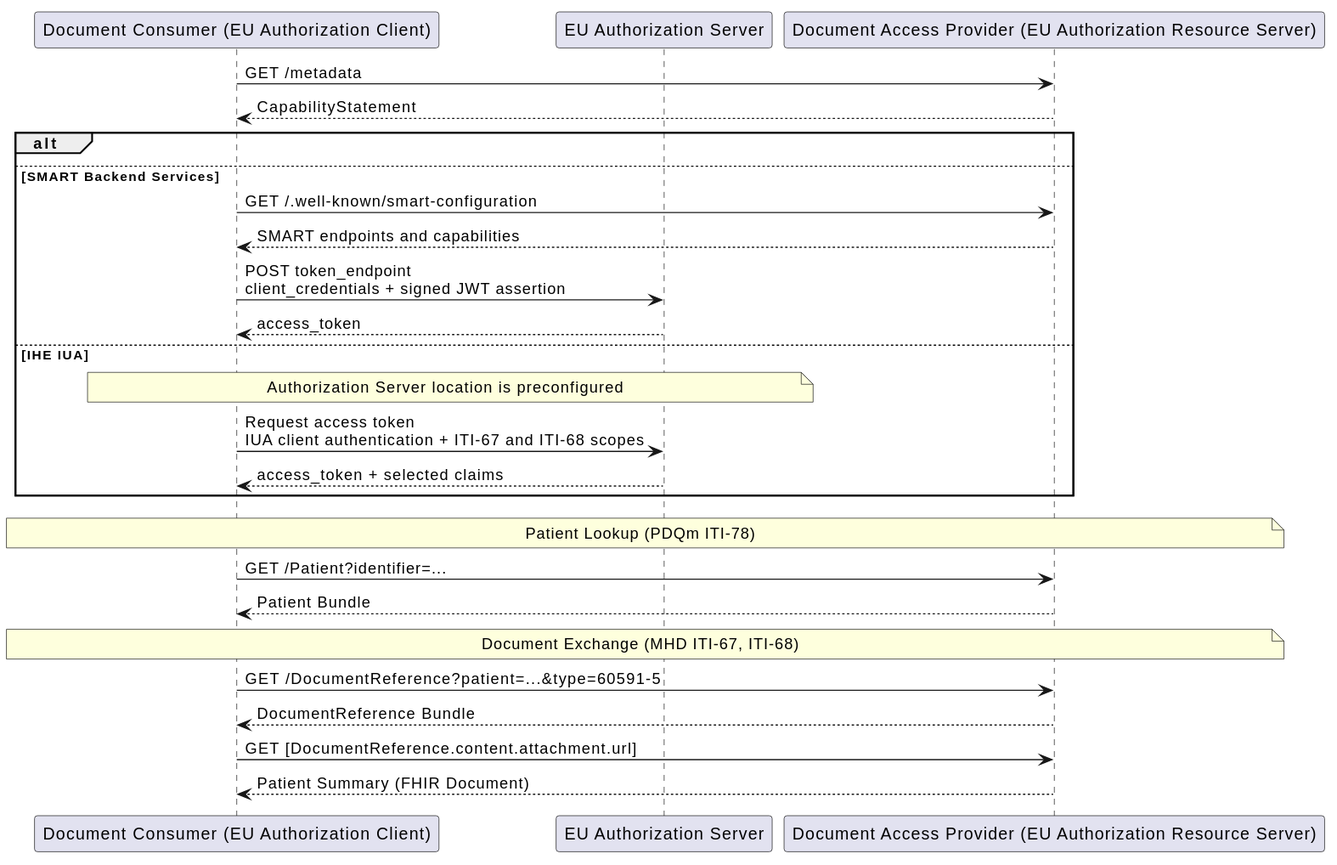
This is input/includes/patient-summary-auth-sequence.svg from euridice-org/eu-health-data-api, a PlantUML export, as it was before one commit.
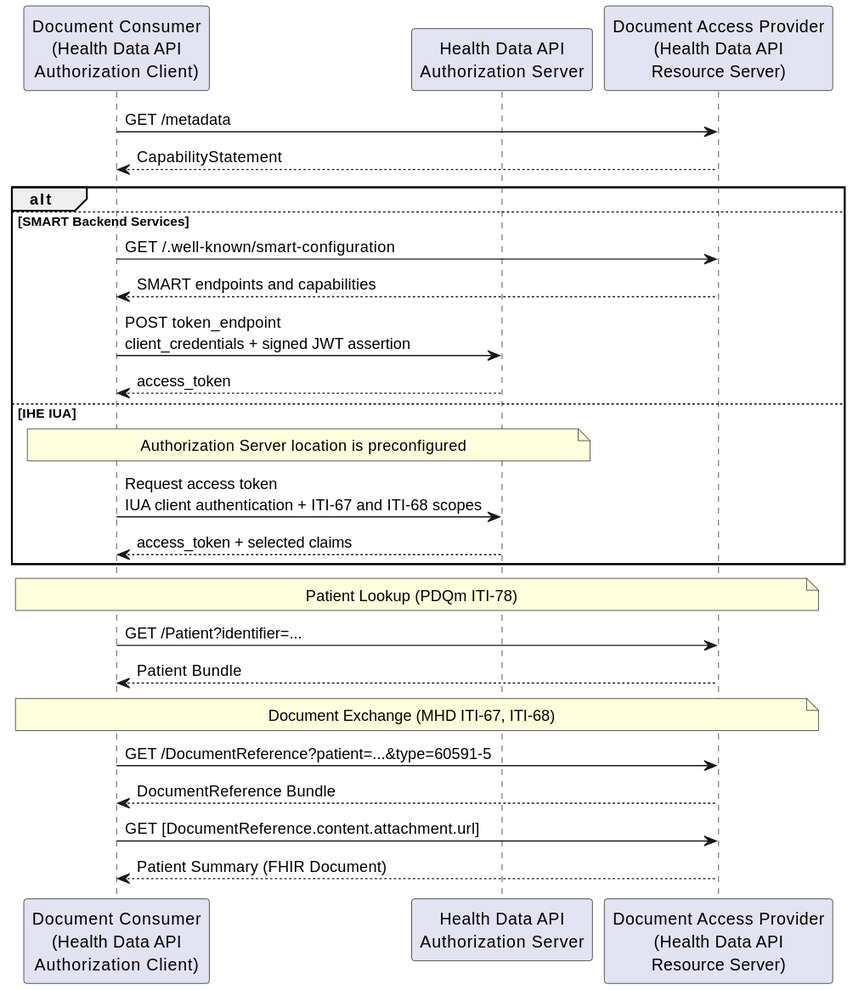
Above is the later version.

Change to the diagram source:
```diff
@@ -1,9 +1,9 @@
 @startuml
 skinparam svgDimensionStyle false
 
-participant "Document Consumer (EU Authorization Client)" as Consumer
-participant "EU Authorization Server" as AuthZ
-participant "Document Access Provider (EU Authorization Resource Server)" as Provider
+participant "Document Consumer\n(Health Data API\nAuthorization Client)" as Consumer
+participant "Health Data API\nAuthorization Server" as AuthZ
+participant "Document Access Provider\n(Health Data API\nResource Server)" as Provider
 
 Consumer -> Provider: GET /metadata
 Provider --> Consumer: CapabilityStatement
```
